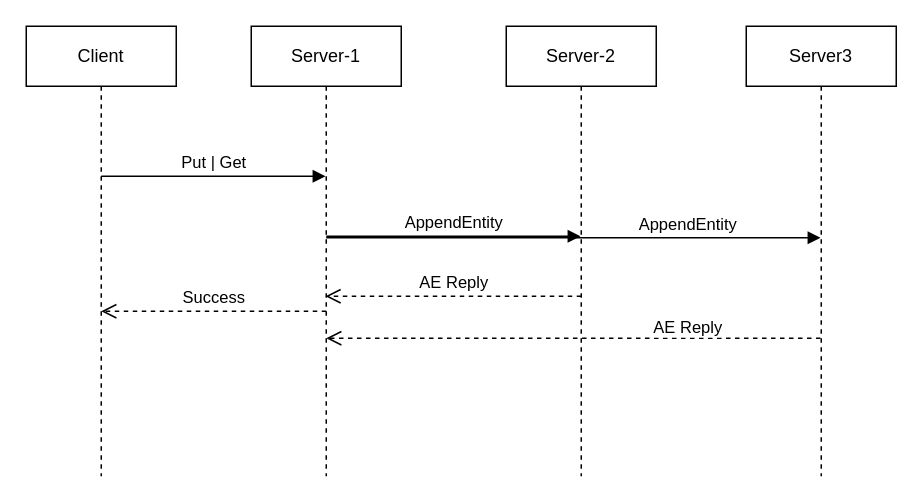
This is Mit6824/未命名绘图.drawio from Gjorn-4389/DrawIO, a draw.io file, before an edit. Source tidied: cells renumbered, new cells numbered last; positions are measured from the earlier drawing's top-left corner, leaving out a move shared by most shapes. Both pictures are drawn from the tidied source at 150%, with x=0, y=0 at pixel (26, 26).
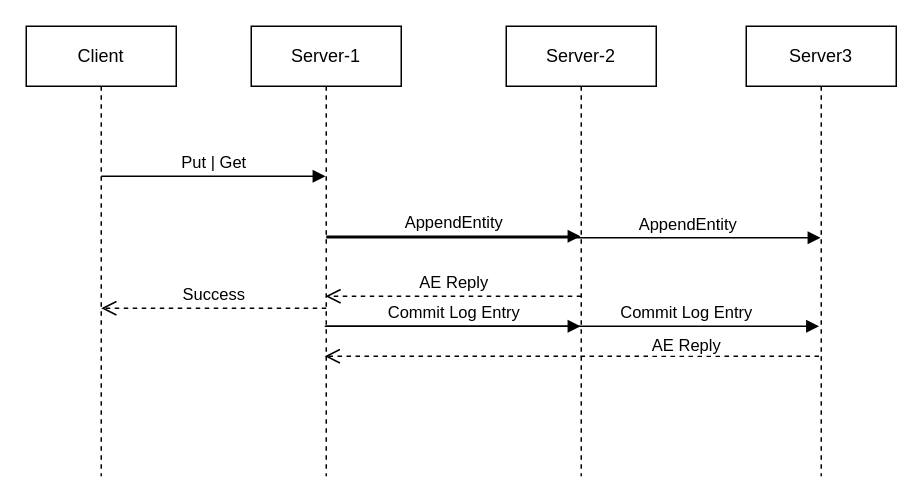
After the change.

Diff of the diagram source:
```diff
@@
     <mxCell id="10" value="AE Reply" style="html=1;verticalAlign=bottom;endArrow=open;dashed=1;endSize=8;rounded=0;" parent="1" edge="1">
       <mxGeometry x="-0.46" y="2" relative="1" as="geometry">
-        <mxPoint x="529.5" y="208" as="sourcePoint" />
-        <mxPoint x="200" y="208" as="targetPoint" />
+        <mxPoint x="528.5" y="220" as="sourcePoint" />
+        <mxPoint x="199" y="220" as="targetPoint" />
       </mxGeometry>
     </mxCell>
     <mxCell id="11" value="Success" style="html=1;verticalAlign=bottom;endArrow=open;dashed=1;endSize=8;rounded=0;" parent="1" edge="1">
       <mxGeometry relative="1" as="geometry">
-        <mxPoint x="200" y="190" as="sourcePoint" />
-        <mxPoint x="50" y="190" as="targetPoint" />
+        <mxPoint x="200" y="188" as="sourcePoint" />
+        <mxPoint x="50" y="188" as="targetPoint" />
       </mxGeometry>
     </mxCell>
+    <mxCell id="12" value="Commit Log Entry" style="html=1;verticalAlign=bottom;endArrow=block;rounded=0;" parent="1" edge="1">
+      <mxGeometry x="0.46" relative="1" as="geometry">
+        <mxPoint x="199" y="200" as="sourcePoint" />
+        <mxPoint x="528.5" y="200" as="targetPoint" />
+      </mxGeometry>
+    </mxCell>
+    <mxCell id="13" value="Commit Log Entry" style="html=1;verticalAlign=bottom;endArrow=block;rounded=0;" parent="1" edge="1">
+      <mxGeometry relative="1" as="geometry">
+        <mxPoint x="200" y="200" as="sourcePoint" />
+        <mxPoint x="369.5" y="200" as="targetPoint" />
+      </mxGeometry>
+    </mxCell>
```
